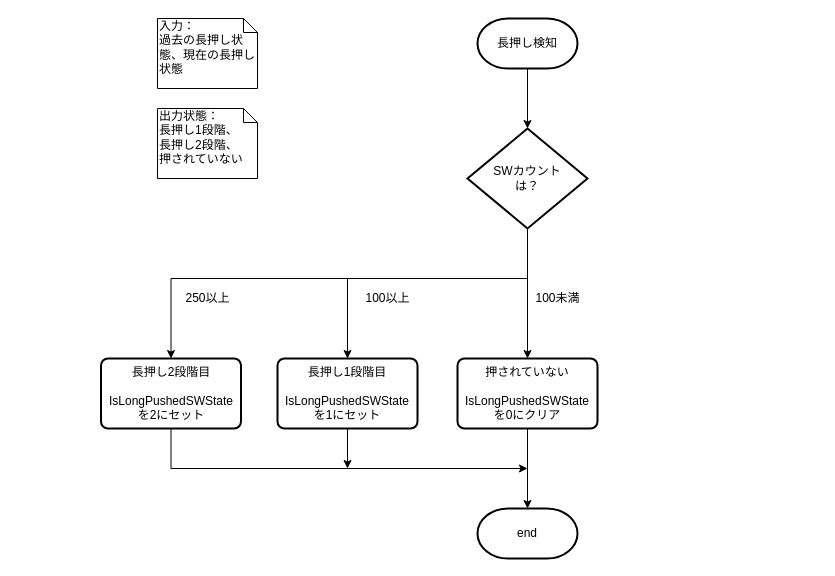
Above: page "長押し検知" (3 of 6) of 資料/設計/フローチャート/InputClass/flowchart_InputClassv0.61.drawio in hakohumi/comp.Kitchen_Timer (draw.io), before the change. Source tidied: cells renumbered, new cells numbered last; positions are measured from the earlier drawing's top-left corner, leaving out a move shared by most shapes. Both pictures are drawn from the tidied source at 100%, with x=0, y=0 at pixel (101, 18).
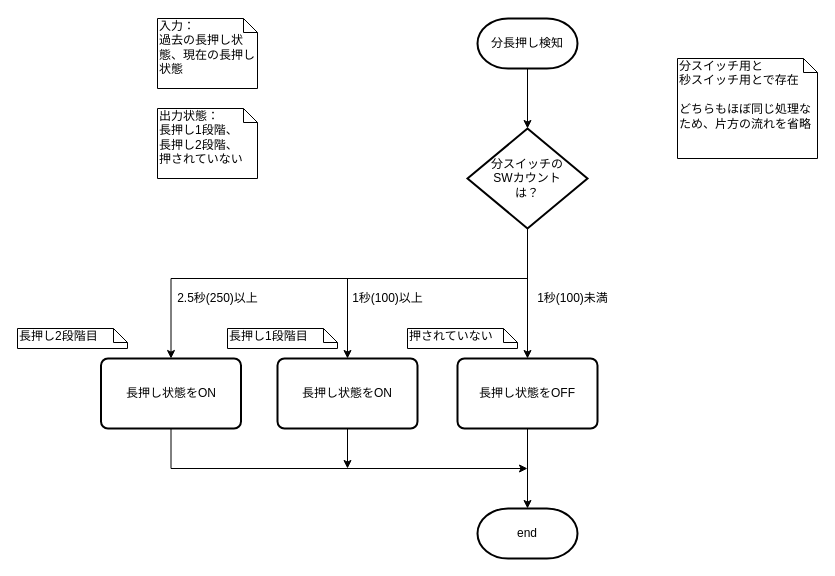
Above is the later version.

What changed in the source:
```diff
@@
-    <mxCell id="4" value="長押し検知" style="strokeWidth=2;html=1;shape=mxgraph.flowchart.terminator;whiteSpace=wrap;" parent="1" vertex="1">
+    <mxCell id="4" value="分長押し検知" style="strokeWidth=2;html=1;shape=mxgraph.flowchart.terminator;whiteSpace=wrap;" parent="1" vertex="1">
       <mxGeometry x="376" width="100" height="50" as="geometry" />
     </mxCell>
@@
-    <mxCell id="6" value="押されていない&lt;br&gt;&lt;br&gt;IsLongPushedSWState&lt;br&gt;を0にクリア" style="rounded=1;whiteSpace=wrap;html=1;absoluteArcSize=1;arcSize=14;strokeWidth=2;align=center;" parent="1" vertex="1">
+    <mxCell id="6" value="長押し状態をOFF" style="rounded=1;whiteSpace=wrap;html=1;absoluteArcSize=1;arcSize=14;strokeWidth=2;align=center;" parent="1" vertex="1">
       <mxGeometry x="356" y="340" width="140" height="70" as="geometry" />
     </mxCell>
@@
-    <mxCell id="9" value="長押し1段階目&lt;br&gt;&lt;br&gt;IsLongPushedSWState&lt;br&gt;を1にセット" style="rounded=1;whiteSpace=wrap;html=1;absoluteArcSize=1;arcSize=14;strokeWidth=2;align=center;" parent="1" vertex="1">
+    <mxCell id="9" value="長押し状態をON" style="rounded=1;whiteSpace=wrap;html=1;absoluteArcSize=1;arcSize=14;strokeWidth=2;align=center;" parent="1" vertex="1">
       <mxGeometry x="176" y="340" width="140" height="70" as="geometry" />
     </mxCell>
@@
-    <mxCell id="11" value="長押し2段階目&lt;br&gt;&lt;br&gt;IsLongPushedSWState&lt;br&gt;を2にセット" style="rounded=1;whiteSpace=wrap;html=1;absoluteArcSize=1;arcSize=14;strokeWidth=2;align=center;" parent="1" vertex="1">
+    <mxCell id="11" value="長押し状態をON" style="rounded=1;whiteSpace=wrap;html=1;absoluteArcSize=1;arcSize=14;strokeWidth=2;align=center;" parent="1" vertex="1">
       <mxGeometry x="-0.5" y="340" width="140" height="70" as="geometry" />
     </mxCell>
@@
-    <mxCell id="16" value="SWカウント&lt;br&gt;は？" style="strokeWidth=2;html=1;shape=mxgraph.flowchart.decision;whiteSpace=wrap;align=center;" parent="1" vertex="1">
+    <mxCell id="16" value="分スイッチの&lt;br&gt;SWカウント&lt;br&gt;は？" style="strokeWidth=2;html=1;shape=mxgraph.flowchart.decision;whiteSpace=wrap;align=center;" parent="1" vertex="1">
       <mxGeometry x="366" y="110" width="120" height="100" as="geometry" />
     </mxCell>
-    <mxCell id="17" value="100未満" style="text;html=1;align=center;verticalAlign=middle;" parent="1" vertex="1">
-      <mxGeometry x="426" y="270" width="60" height="20" as="geometry" />
+    <mxCell id="17" value="1秒(100)未満" style="text;html=1;align=center;verticalAlign=middle;" parent="1" vertex="1">
+      <mxGeometry x="426" y="270" width="90" height="20" as="geometry" />
     </mxCell>
-    <mxCell id="18" value="100以上" style="text;html=1;align=center;verticalAlign=middle;" parent="1" vertex="1">
-      <mxGeometry x="256" y="270" width="60" height="20" as="geometry" />
+    <mxCell id="18" value="1秒(100)以上" style="text;html=1;align=center;verticalAlign=middle;" parent="1" vertex="1">
+      <mxGeometry x="241" y="270" width="90" height="20" as="geometry" />
     </mxCell>
-    <mxCell id="19" value="250以上" style="text;html=1;align=center;verticalAlign=middle;" parent="1" vertex="1">
-      <mxGeometry x="76" y="270" width="60" height="20" as="geometry" />
+    <mxCell id="19" value="2.5秒(250)以上" style="text;html=1;align=center;verticalAlign=middle;" parent="1" vertex="1">
+      <mxGeometry x="66" y="270" width="100" height="20" as="geometry" />
     </mxCell>
+    <mxCell id="20" value="分スイッチ用と&lt;br&gt;秒スイッチ用とで存在&lt;br&gt;&lt;br&gt;どちらもほぼ同じ処理なため、片方の流れを省略" style="shape=note;whiteSpace=wrap;html=1;size=14;verticalAlign=top;align=left;spacingTop=-6;" parent="1" vertex="1">
+      <mxGeometry x="576" y="40" width="140" height="100" as="geometry" />
+    </mxCell>
+    <mxCell id="21" value="長押し2段階目" style="shape=note;whiteSpace=wrap;html=1;size=14;verticalAlign=top;align=left;spacingTop=-6;" parent="1" vertex="1">
+      <mxGeometry x="-84" y="310" width="110" height="20" as="geometry" />
+    </mxCell>
+    <mxCell id="22" value="長押し1段階目" style="shape=note;whiteSpace=wrap;html=1;size=14;verticalAlign=top;align=left;spacingTop=-6;" parent="1" vertex="1">
+      <mxGeometry x="126" y="310" width="110" height="20" as="geometry" />
+    </mxCell>
+    <mxCell id="23" value="押されていない" style="shape=note;whiteSpace=wrap;html=1;size=14;verticalAlign=top;align=left;spacingTop=-6;" parent="1" vertex="1">
+      <mxGeometry x="306" y="310" width="110" height="20" as="geometry" />
+    </mxCell>
```
